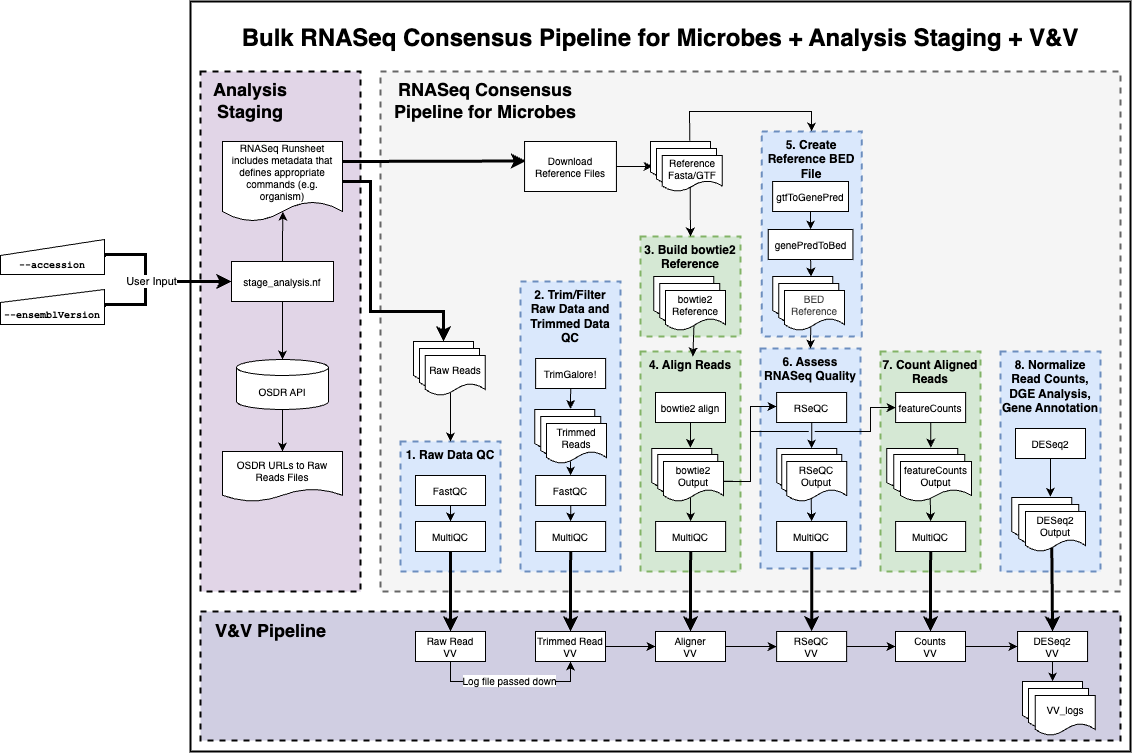
The draw.io diagram RNAseq/images/NF_RCP_prok_wf_diagram.png in torres-alexis/GeneLab_Data_Processing, before a commit. Source tidied: cells renumbered, new cells last; positions are measured from the earlier drawing's top-left corner, leaving out a move shared by most shapes.
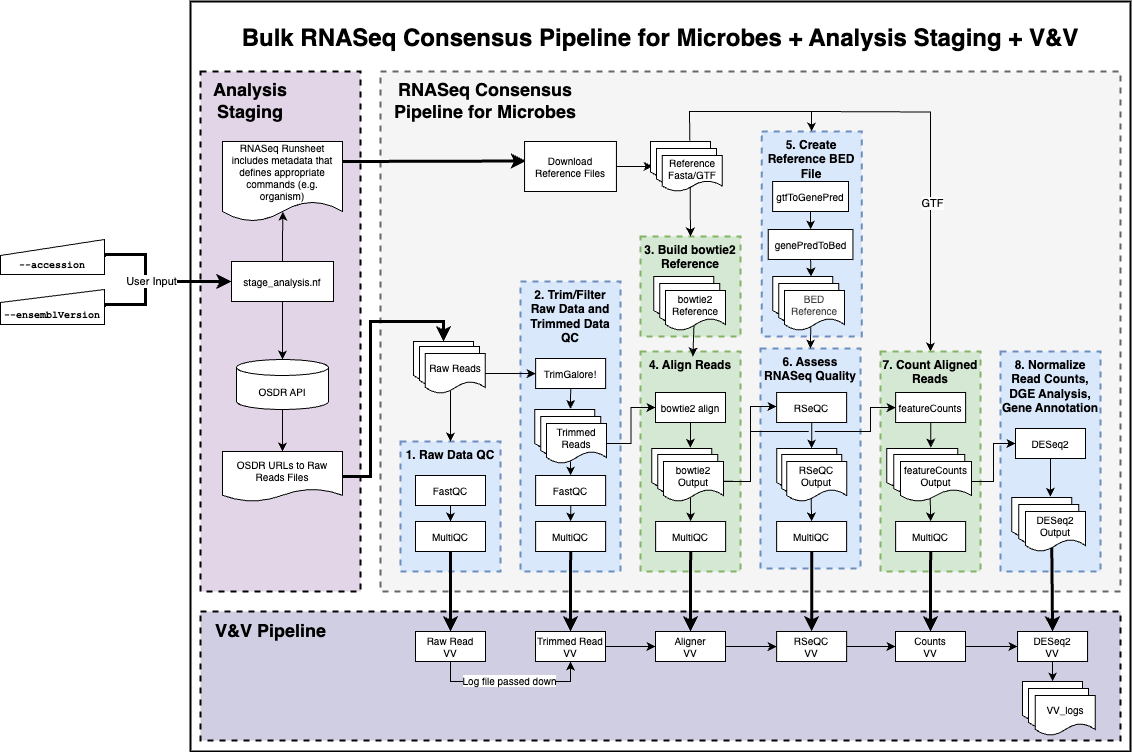
After the change.

Change to the diagram source:
```diff
@@ -2,12 +2,12 @@
   <root>
     <mxCell id="0" />
     <mxCell id="1" parent="0" />
+    <mxCell id="3" value="&lt;h1 style=&quot;scrollbar-color: light-dark(#e2e2e2, #4b4b4b)&lt;br/&gt;&#9;&#9;&#9;&#9;&#9;light-dark(#fbfbfb, var(--dark-panel-color));&quot;&gt;Bulk RNASeq Consensus Pipeline for Microbes + Analysis Staging + V&amp;amp;V&lt;/h1&gt;" style="rounded=0;whiteSpace=wrap;html=1;fillColor=none;strokeWidth=2;verticalAlign=top;" parent="1" vertex="1">
+      <mxGeometry x="190" width="940" height="750" as="geometry" />
+    </mxCell>
-    <mxCell id="2" style="rounded=0;whiteSpace=wrap;html=1;dashed=1;strokeWidth=2;fillColor=#f5f5f5;strokeColor=#666666;fontColor=#333333;" parent="1" vertex="1">
+    <mxCell id="2" style="rounded=0;whiteSpace=wrap;html=1;dashed=1;strokeWidth=2;fillColor=#f5f5f5;fontColor=#333333;strokeColor=#666666;" parent="1" vertex="1">
       <mxGeometry x="380" y="70" width="740" height="520" as="geometry" />
     </mxCell>
-    <mxCell id="3" value="&lt;h1 style=&quot;scrollbar-color: light-dark(#e2e2e2, #4b4b4b)&lt;br/&gt;&#9;&#9;&#9;&#9;&#9;light-dark(#fbfbfb, var(--dark-panel-color));&quot;&gt;Bulk RNASeq Consensus Pipeline for Microbes + Analysis Staging + V&amp;amp;V&lt;/h1&gt;" style="rounded=0;whiteSpace=wrap;html=1;fillColor=none;strokeWidth=2;verticalAlign=top;" parent="1" vertex="1">
-      <mxGeometry x="190" width="940" height="750" as="geometry" />
-    </mxCell>
     <mxCell id="4" value="&lt;span style=&quot;color: rgb(0, 0, 0); font-weight: 700;&quot;&gt;1. Raw Data QC&lt;/span&gt;" style="rounded=0;whiteSpace=wrap;html=1;align=center;dashed=1;strokeWidth=2;fillColor=#dae8fc;strokeColor=#6c8ebf;verticalAlign=top;" parent="1" vertex="1">
       <mxGeometry x="400" y="440" width="100" height="130" as="geometry" />
     </mxCell>
@@ -35,6 +35,15 @@
     <mxCell id="12" value="OSDR API" style="shape=cylinder3;whiteSpace=wrap;html=1;boundedLbl=1;backgroundOutline=1;size=8;fontSize=10;" parent="1" vertex="1">
       <mxGeometry x="236" y="358" width="92" height="50" as="geometry" />
     </mxCell>
+    <mxCell id="117" style="edgeStyle=orthogonalEdgeStyle;rounded=0;jettySize=auto;html=1;exitX=1;exitY=0.5;exitDx=0;exitDy=0;entryX=0.5;entryY=0;entryDx=0;entryDy=0;strokeWidth=3;" parent="1" edge="1" source="13" target="97">
+      <mxGeometry relative="1" as="geometry">
+        <Array as="points">
+          <mxPoint x="370" y="475" />
+          <mxPoint x="370" y="320" />
+          <mxPoint x="443" y="320" />
+        </Array>
+      </mxGeometry>
+    </mxCell>
     <mxCell id="13" value="OSDR URLs to Raw Reads Files" style="shape=document;whiteSpace=wrap;html=1;boundedLbl=1;size=0.25;fontSize=10;" parent="1" vertex="1">
       <mxGeometry x="222" y="450" width="120" height="50" as="geometry" />
     </mxCell>
@@ -167,6 +176,14 @@
     <mxCell id="49" value="&lt;span&gt;RSeQC&lt;/span&gt;" style="rounded=0;whiteSpace=wrap;html=1;fontSize=10;" parent="1" vertex="1">
       <mxGeometry x="776.1" y="391" width="70" height="30" as="geometry" />
     </mxCell>
+    <mxCell id="118" style="edgeStyle=orthogonalEdgeStyle;rounded=0;jettySize=auto;html=1;entryX=0.5;entryY=0;entryDx=0;entryDy=0;" parent="1" edge="1" target="59">
+      <mxGeometry relative="1" as="geometry">
+        <mxPoint x="810" y="110" as="sourcePoint" />
+      </mxGeometry>
+    </mxCell>
+    <mxCell id="119" value="GTF" style="edgeLabel;html=1;align=center;verticalAlign=middle;" parent="118" vertex="1">
+      <mxGeometry x="0.17" y="1" relative="1" as="geometry" />
+    </mxCell>
     <mxCell id="50" value="&lt;span style=&quot;color: rgb(0, 0, 0); font-weight: 700;&quot;&gt;5. Create Reference BED File&lt;/span&gt;" style="rounded=0;whiteSpace=wrap;html=1;align=center;dashed=1;strokeWidth=2;fillColor=#dae8fc;strokeColor=#6c8ebf;verticalAlign=top;" parent="1" vertex="1">
       <mxGeometry x="761.1" y="130" width="100" height="205" as="geometry" />
     </mxCell>
@@ -218,15 +235,6 @@
     <mxCell id="64" value="featureCounts" style="rounded=0;whiteSpace=wrap;html=1;fontSize=10;" parent="1" vertex="1">
       <mxGeometry x="895.1" y="391" width="70" height="30" as="geometry" />
     </mxCell>
-    <mxCell id="65" style="endArrow=classic;html=1;exitX=1;exitY=0.5;exitDx=0;exitDy=0;entryX=0.5;entryY=0;entryDx=0;entryDy=0;rounded=0;curved=0;strokeWidth=3;" parent="1" edge="1" source="10" target="97">
-      <mxGeometry relative="1" as="geometry">
-        <Array as="points">
-          <mxPoint x="370" y="180" />
-          <mxPoint x="370" y="310" />
-          <mxPoint x="443" y="310" />
-        </Array>
-      </mxGeometry>
-    </mxCell>
     <mxCell id="66" style="edgeStyle=none;html=1;exitX=1;exitY=0.5;exitDx=0;exitDy=0;entryX=0;entryY=0.5;entryDx=0;entryDy=0;" parent="1" edge="1" source="67" target="72">
       <mxGeometry relative="1" as="geometry" />
     </mxCell>
@@ -299,6 +307,9 @@
     <mxCell id="89" style="shape=document;whiteSpace=wrap;html=1;boundedLbl=1;" parent="1" vertex="1">
       <mxGeometry x="893.1" y="453" width="71" height="40" as="geometry" />
     </mxCell>
+    <mxCell id="120" style="edgeStyle=orthogonalEdgeStyle;rounded=0;jettySize=auto;html=1;exitX=1;exitY=0.5;exitDx=0;exitDy=0;entryX=0;entryY=0.5;entryDx=0;entryDy=0;" parent="1" edge="1" source="90" target="70">
+      <mxGeometry relative="1" as="geometry" />
+    </mxCell>
     <mxCell id="90" value="featureCounts Output" style="shape=document;whiteSpace=wrap;html=1;boundedLbl=1;fontSize=10;" parent="1" vertex="1">
       <mxGeometry x="900" y="460" width="71" height="40" as="geometry" />
     </mxCell>
@@ -317,6 +328,9 @@
     <mxCell id="95" style="shape=document;whiteSpace=wrap;html=1;boundedLbl=1;fontSize=10;" parent="1" vertex="1">
       <mxGeometry x="540.1" y="415" width="60" height="40" as="geometry" />
     </mxCell>
+    <mxCell id="121" style="edgeStyle=orthogonalEdgeStyle;rounded=0;jettySize=auto;html=1;exitX=1;exitY=0.5;exitDx=0;exitDy=0;entryX=0;entryY=0.5;entryDx=0;entryDy=0;" parent="1" edge="1" source="96" target="41">
+      <mxGeometry relative="1" as="geometry" />
+    </mxCell>
     <mxCell id="96" value="Trimmed Reads" style="shape=document;whiteSpace=wrap;html=1;boundedLbl=1;fontSize=10;" parent="1" vertex="1">
       <mxGeometry x="546" y="422" width="60" height="40" as="geometry" />
     </mxCell>
@@ -324,10 +338,13 @@
       <mxGeometry x="413" y="340" width="60" height="40" as="geometry" />
     </mxCell>
     <mxCell id="98" style="shape=document;whiteSpace=wrap;html=1;boundedLbl=1;" parent="1" vertex="1">
-      <mxGeometry x="419" y="347" width="60" height="40" as="geometry" />
+      <mxGeometry x="419" y="345" width="60" height="40" as="geometry" />
     </mxCell>
+    <mxCell id="122" style="edgeStyle=orthogonalEdgeStyle;rounded=0;jettySize=auto;html=1;exitX=1;exitY=0.5;exitDx=0;exitDy=0;entryX=0;entryY=0.5;entryDx=0;entryDy=0;" parent="1" edge="1" source="99" target="30">
+      <mxGeometry relative="1" as="geometry" />
+    </mxCell>
     <mxCell id="99" value="Raw Reads" style="shape=document;whiteSpace=wrap;html=1;boundedLbl=1;fontSize=10;" parent="1" vertex="1">
-      <mxGeometry x="424.9" y="354" width="60" height="40" as="geometry" />
+      <mxGeometry x="424.9" y="352" width="60" height="40" as="geometry" />
     </mxCell>
     <mxCell id="100" style="shape=document;whiteSpace=wrap;html=1;boundedLbl=1;" parent="1" vertex="1">
       <mxGeometry x="1011.1" y="496" width="60" height="40" as="geometry" />
```
